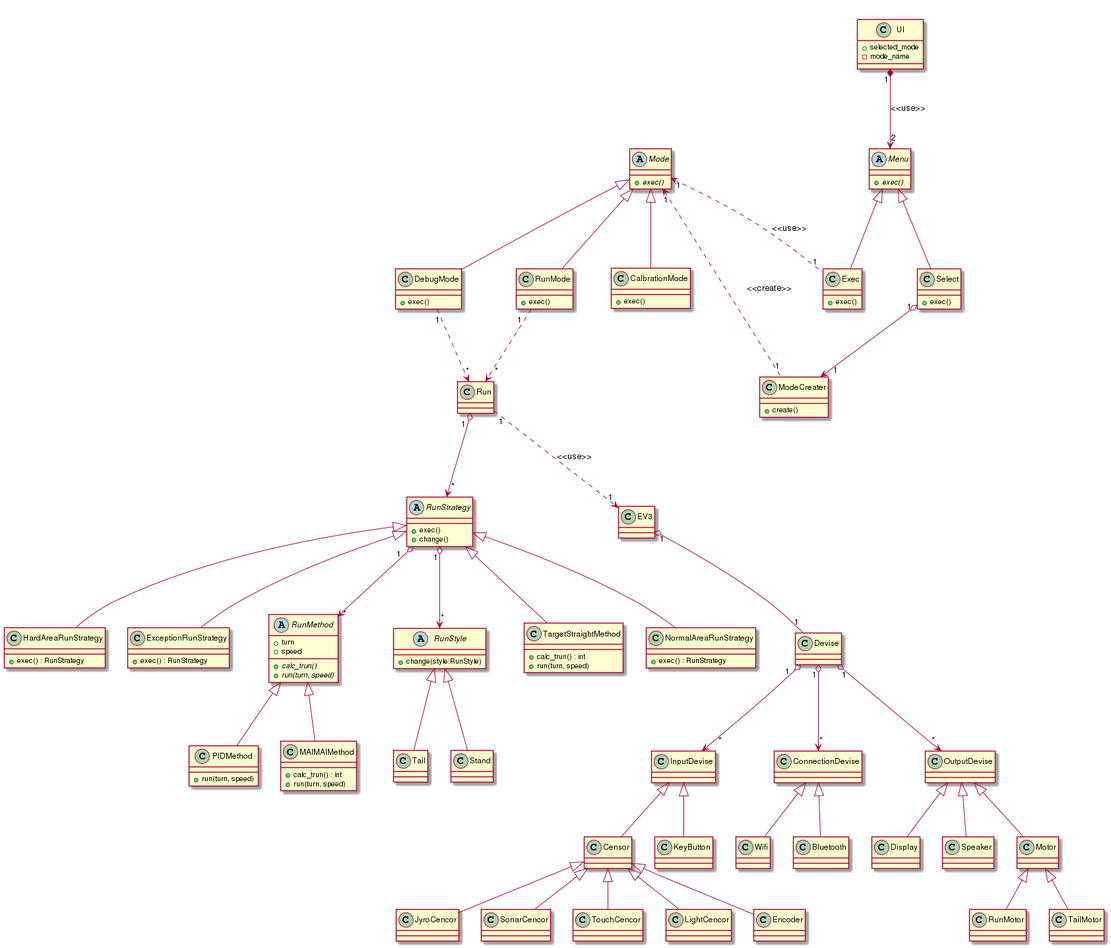
SLP-KBIT/ETR2015 keeps this PlantUML diagram as diagram/class/concept/class.png. Above is the earlier version.
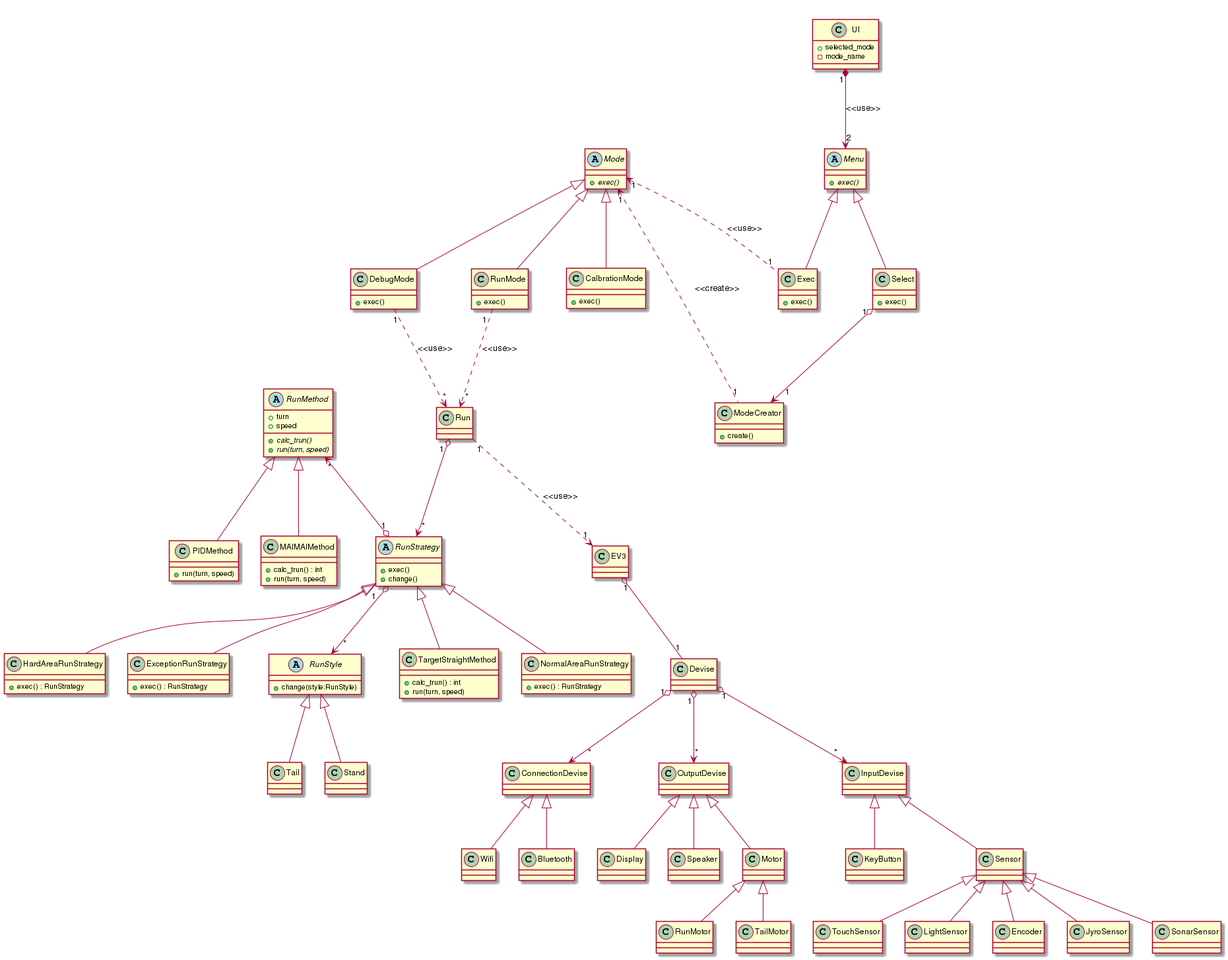
The same file after the commit.

Commit message:
(maxmellon:class:concept) fix typo

The edit, as a diff of the source:
```diff
@@ -20,7 +20,7 @@
   +exec()
 }
 
-class ModeCreater {
+class ModeCreator {
   +create()
 }
 
@@ -43,8 +43,8 @@
 UI "1" *--> "2" Menu : <<use>>
 Menu <|-- Select
 Menu <|-- Exec
-Select "1" o--> "1" ModeCreater
-ModeCreater "1" .left.> "1" Mode : <<create>>
+Select "1" o--> "1" ModeCreator
+ModeCreator "1" .left.> "1" Mode : <<create>>
 Exec "1" .left.> "1" Mode : <<use>>
 Mode <|-- RunMode
 Mode <|-- DebugMode
@@ -67,11 +67,11 @@
   +exec() : RunStrategy
 }
 
-RunMode "1" ..> "*" Run
-DebugMode "1" ..> "*" Run
+RunMode   "1" ..> "*" Run : <<use>>
+DebugMode "1" ..> "*" Run : <<use>>
 
 Run "1" o--> "*" RunStrategy
-RunStrategy "1" o--> "*" RunMethod
+RunStrategy "1" o-left-> "*" RunMethod
 RunStrategy "1" o--> "*" RunStyle
 
 RunStrategy <|-- NormalAreaRunStrategy
@@ -126,14 +126,14 @@
 Motor <|-- TailMotor
 Motor <|-- RunMotor
 
-InputDevise  <|-- Censor
+InputDevise  <|-- Sensor
 InputDevise  <|-- KeyButton
 
-Censor <|-- JyroCencor
-Censor <|-- SonarCencor
-Censor <|-- TouchCencor
-Censor <|-- LightCencor
-Censor <|-- Encoder
+Sensor <|-- JyroSensor
+Sensor <|-- SonarSensor
+Sensor <|-- TouchSensor
+Sensor <|-- LightSensor
+Sensor <|-- Encoder
 
 ConnectionDevise <|-- Wifi
 ConnectionDevise <|-- Bluetooth
```
